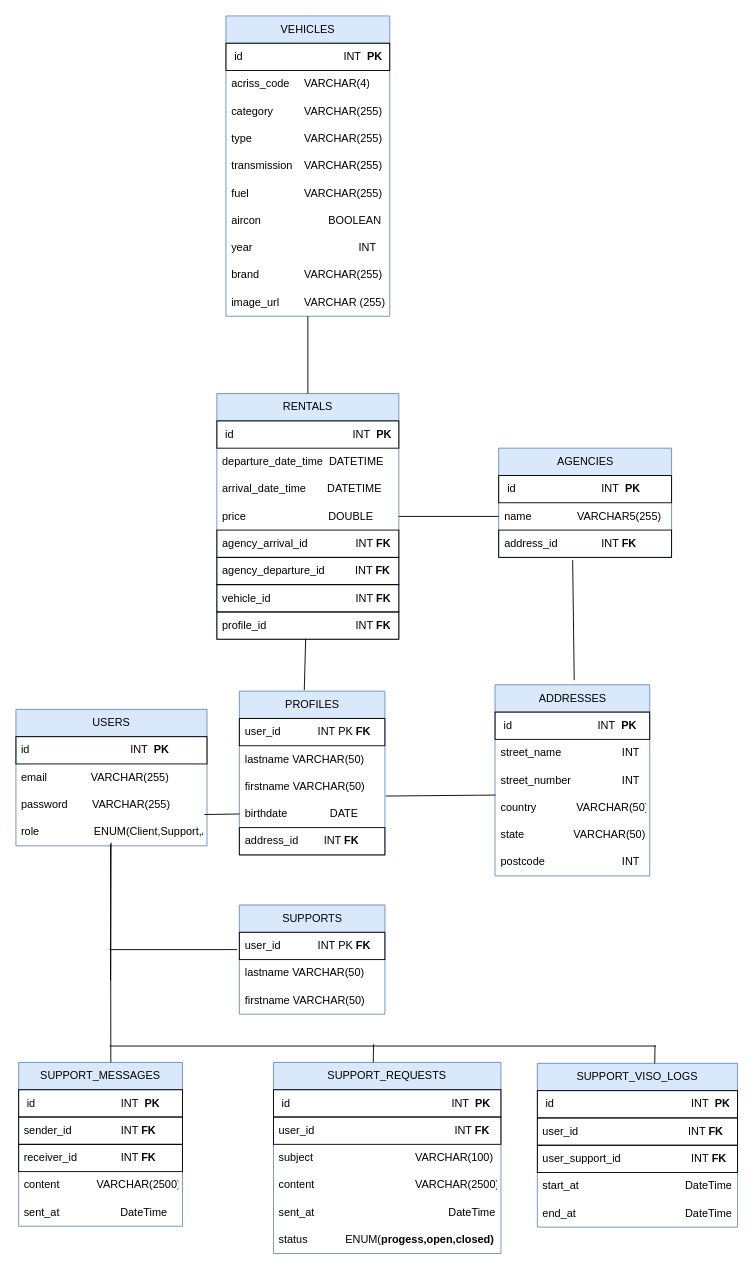
Before: diagram/diagramme-db.drawio in axelker/your-car-your-way-oc-13, a draw.io diagram. Source tidied: cells renumbered, new cells numbered last; positions are measured from the earlier drawing's top-left corner, leaving out a move shared by most shapes. Both pictures are drawn from the tidied source at 91%, with x=0, y=0 at pixel (15, 15).
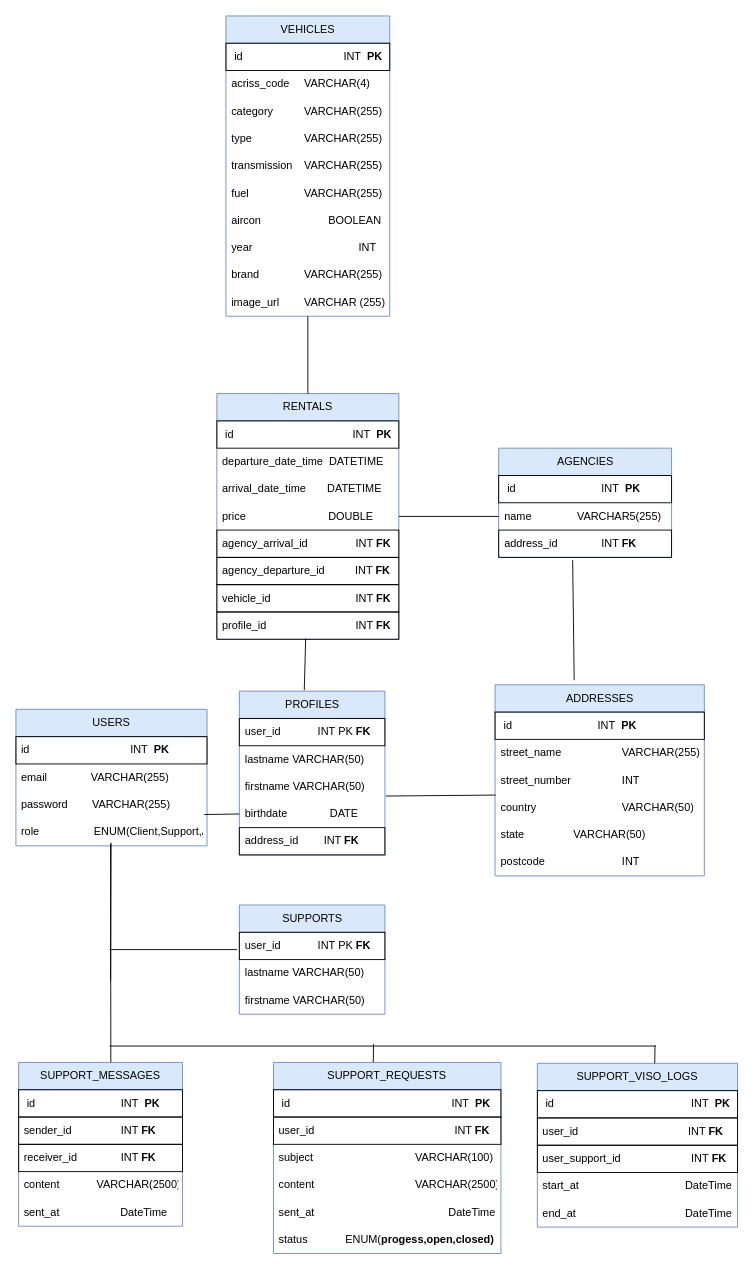
After the change.

Commit message:
fix: wrong type inside addresse table schema

Diff of the diagram source:
```diff
@@
     <mxCell id="41" value="ADDRESSES" style="swimlane;fontStyle=0;horizontal=1;startSize=30;whiteSpace=wrap;html=1;fillColor=#dae8fc;strokeColor=#6c8ebf;" parent="1" vertex="1">
-      <mxGeometry x="526.5" y="735" width="170" height="210" as="geometry" />
+      <mxGeometry x="526.5" y="735" width="230" height="210" as="geometry" />
     </mxCell>
     <mxCell id="42" value="&lt;span style=&quot;color: rgb(0, 0, 0);&quot;&gt;&amp;nbsp;id&amp;nbsp;&lt;/span&gt;&lt;span style=&quot;white-space: pre;&quot;&gt;&#9;&lt;/span&gt;&lt;span style=&quot;white-space: pre;&quot;&gt;&#9;&lt;/span&gt;&lt;span style=&quot;white-space: pre;&quot;&gt;&#9;&lt;span style=&quot;white-space: pre;&quot;&gt;&#9;&lt;/span&gt;&lt;/span&gt;&lt;span style=&quot;color: rgb(0, 0, 0);&quot;&gt;INT&amp;nbsp;&amp;nbsp;&lt;/span&gt;&lt;b&gt;PK&lt;/b&gt;" style="text;strokeColor=default;fillColor=none;align=left;verticalAlign=middle;spacingLeft=4;spacingRight=4;overflow=hidden;whiteSpace=wrap;html=1;" parent="41" vertex="1">
-      <mxGeometry y="30" width="170" height="30" as="geometry" />
+      <mxGeometry y="30" width="230" height="30" as="geometry" />
     </mxCell>
-    <mxCell id="43" value="street_name&lt;span style=&quot;white-space: pre;&quot;&gt;&#9;&lt;/span&gt;&lt;span style=&quot;white-space: pre;&quot;&gt;&#9;&lt;/span&gt;&amp;nbsp; &amp;nbsp; &amp;nbsp; &amp;nbsp; INT" style="text;strokeColor=none;fillColor=none;align=left;verticalAlign=middle;spacingLeft=4;spacingRight=4;overflow=hidden;whiteSpace=wrap;html=1;" parent="41" vertex="1">
-      <mxGeometry y="60" width="170" height="30" as="geometry" />
+    <mxCell id="43" value="street_name&lt;span style=&quot;white-space: pre;&quot;&gt;&#9;&lt;/span&gt;&lt;span style=&quot;white-space: pre;&quot;&gt;&#9;&lt;/span&gt;&amp;nbsp; &amp;nbsp; &amp;nbsp; &amp;nbsp; VARCHAR(255)" style="text;strokeColor=none;fillColor=none;align=left;verticalAlign=middle;spacingLeft=4;spacingRight=4;overflow=hidden;whiteSpace=wrap;html=1;" parent="41" vertex="1">
+      <mxGeometry y="60" width="230" height="30" as="geometry" />
     </mxCell>
     <mxCell id="44" value="street_number&amp;nbsp;&lt;span style=&quot;white-space: pre;&quot;&gt;&#9;&lt;/span&gt;&lt;span style=&quot;white-space: pre;&quot;&gt;&#9;&lt;/span&gt;&lt;span style=&quot;color: rgb(0, 0, 0);&quot;&gt;INT&lt;/span&gt;" style="text;strokeColor=none;fillColor=none;align=left;verticalAlign=middle;spacingLeft=4;spacingRight=4;overflow=hidden;whiteSpace=wrap;html=1;" parent="41" vertex="1">
-      <mxGeometry y="90" width="170" height="30" as="geometry" />
+      <mxGeometry y="90" width="230" height="30" as="geometry" />
     </mxCell>
-    <mxCell id="45" value="country&lt;span style=&quot;white-space: pre;&quot;&gt;&#9;&lt;/span&gt;&lt;span style=&quot;white-space: pre;&quot;&gt;&#9;&lt;/span&gt;&amp;nbsp;VARCHAR(50)" style="text;strokeColor=none;fillColor=none;align=left;verticalAlign=middle;spacingLeft=4;spacingRight=4;overflow=hidden;points=[[0,0.5],[1,0.5]];portConstraint=eastwest;whiteSpace=wrap;html=1;" parent="41" vertex="1">
-      <mxGeometry y="120" width="170" height="30" as="geometry" />
+    <mxCell id="45" value="country&lt;span style=&quot;white-space: pre;&quot;&gt;&#9;&lt;/span&gt;&lt;span style=&quot;white-space: pre;&quot;&gt;&#9;&lt;/span&gt;&amp;nbsp; &amp;nbsp; &amp;nbsp; &amp;nbsp; &amp;nbsp; &amp;nbsp; &amp;nbsp; &amp;nbsp; VARCHAR(50)" style="text;strokeColor=none;fillColor=none;align=left;verticalAlign=middle;spacingLeft=4;spacingRight=4;overflow=hidden;points=[[0,0.5],[1,0.5]];portConstraint=eastwest;whiteSpace=wrap;html=1;" parent="41" vertex="1">
+      <mxGeometry y="120" width="230" height="30" as="geometry" />
     </mxCell>
     <mxCell id="46" value="state&lt;span style=&quot;white-space: pre;&quot;&gt;&#9;&lt;/span&gt;&lt;span style=&quot;white-space: pre;&quot;&gt;&#9;&lt;/span&gt;VARCHAR(50)" style="text;strokeColor=none;fillColor=none;align=left;verticalAlign=middle;spacingLeft=4;spacingRight=4;overflow=hidden;whiteSpace=wrap;html=1;" parent="41" vertex="1">
-      <mxGeometry y="150" width="170" height="30" as="geometry" />
+      <mxGeometry y="150" width="230" height="30" as="geometry" />
     </mxCell>
     <mxCell id="47" value="postcode&lt;span style=&quot;white-space: pre;&quot;&gt;&#9;&lt;/span&gt;&lt;span style=&quot;white-space: pre;&quot;&gt;&#9;&lt;span style=&quot;white-space: pre;&quot;&gt;&#9;&lt;/span&gt;&lt;span style=&quot;white-space: pre;&quot;&gt;&#9;&lt;/span&gt;INT&lt;/span&gt;" style="text;strokeColor=none;fillColor=none;align=left;verticalAlign=middle;spacingLeft=4;spacingRight=4;overflow=hidden;whiteSpace=wrap;html=1;" parent="41" vertex="1">
-      <mxGeometry y="180" width="170" height="30" as="geometry" />
+      <mxGeometry y="180" width="230" height="30" as="geometry" />
     </mxCell>
```
